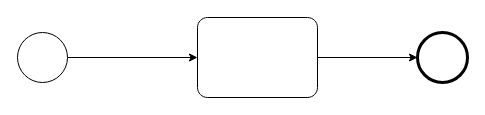
Above: learn-custom-components/public/未命名绘图.drawio in RobotSong/learn-javascript (draw.io), before the change. Source tidied: cells renumbered, new cells numbered last; positions are measured from the earlier drawing's top-left corner, leaving out a move shared by most shapes. Both pictures are drawn from the tidied source at 100%, with x=0, y=0 at pixel (17, 17).
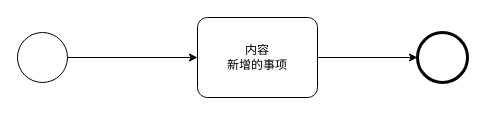
Above is the later version.

Commit message (it also covers changes not shown here):
更新未命名绘图.drawio

Change to the diagram source:
```diff
@@
 <mxGraphModel>
   <root>
     <mxCell id="0" />
     <mxCell id="1" parent="0" />
     <mxCell id="2" style="edgeStyle=orthogonalEdgeStyle;rounded=0;jettySize=auto;html=1;" parent="1" edge="1" source="3" target="5">
       <mxGeometry relative="1" as="geometry" />
     </mxCell>
     <mxCell id="3" style="points=[[0.145,0.145,0],[0.5,0,0],[0.855,0.145,0],[1,0.5,0],[0.855,0.855,0],[0.5,1,0],[0.145,0.855,0],[0,0.5,0]];shape=mxgraph.bpmn.event;html=1;verticalLabelPosition=bottom;labelBackgroundColor=#ffffff;verticalAlign=top;align=center;perimeter=ellipsePerimeter;outlineConnect=0;outline=standard;symbol=general;" parent="1" vertex="1">
       <mxGeometry y="15" width="50" height="50" as="geometry" />
     </mxCell>
     <mxCell id="4" style="edgeStyle=orthogonalEdgeStyle;rounded=0;jettySize=auto;html=1;entryX=0;entryY=0.5;entryDx=0;entryDy=0;entryPerimeter=0;" parent="1" edge="1" source="5" target="6">
       <mxGeometry relative="1" as="geometry" />
     </mxCell>
-    <mxCell id="5" style="points=[[0.25,0,0],[0.5,0,0],[0.75,0,0],[1,0.25,0],[1,0.5,0],[1,0.75,0],[0.75,1,0],[0.5,1,0],[0.25,1,0],[0,0.75,0],[0,0.5,0],[0,0.25,0]];shape=mxgraph.bpmn.task;whiteSpace=wrap;rectStyle=rounded;size=10;html=1;taskMarker=abstract;" parent="1" vertex="1">
+    <mxCell id="5" value="内容&lt;br&gt;新增的事项" style="points=[[0.25,0,0],[0.5,0,0],[0.75,0,0],[1,0.25,0],[1,0.5,0],[1,0.75,0],[0.75,1,0],[0.5,1,0],[0.25,1,0],[0,0.75,0],[0,0.5,0],[0,0.25,0]];shape=mxgraph.bpmn.task;whiteSpace=wrap;rectStyle=rounded;size=10;html=1;taskMarker=abstract;" parent="1" vertex="1">
       <mxGeometry x="180" width="120" height="80" as="geometry" />
     </mxCell>
     <mxCell id="6" style="points=[[0.145,0.145,0],[0.5,0,0],[0.855,0.145,0],[1,0.5,0],[0.855,0.855,0],[0.5,1,0],[0.145,0.855,0],[0,0.5,0]];shape=mxgraph.bpmn.event;html=1;verticalLabelPosition=bottom;labelBackgroundColor=#ffffff;verticalAlign=top;align=center;perimeter=ellipsePerimeter;outlineConnect=0;outline=end;symbol=terminate2;" parent="1" vertex="1">
       <mxGeometry x="400" y="15" width="50" height="50" as="geometry" />
     </mxCell>
   </root>
 </mxGraphModel>
```
